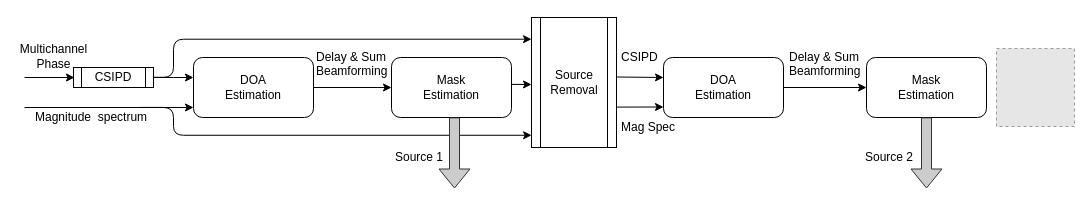
The draw.io diagram draw.io/Loop_estimation.drawio in sunits/Random, before the edit. Source tidied: cells renumbered, new cells numbered last; positions are measured from the earlier drawing's top-left corner, leaving out a move shared by most shapes. Both pictures are drawn from the tidied source at 100%, with x=0, y=0 at pixel (24, 17). Pictures stored in the file or linked from it are replaced by grey dashed boxes.
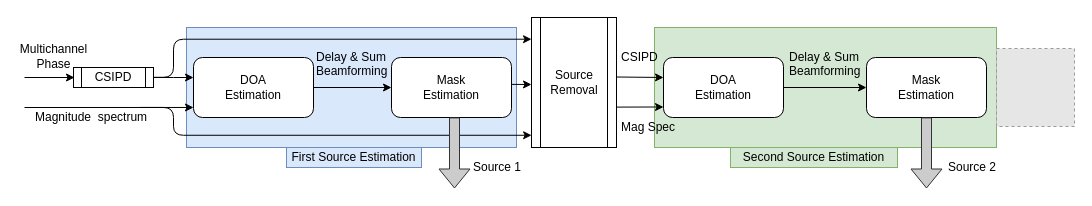
The same page after the edit.

Diff of the diagram source:
```diff
@@
+    <mxCell id="29" style="rounded=0;whiteSpace=wrap;html=1;fillColor=#d5e8d4;strokeColor=#82b366;" parent="1" vertex="1">
+      <mxGeometry x="630" y="10" width="342" height="120" as="geometry" />
+    </mxCell>
+    <mxCell id="30" style="rounded=0;whiteSpace=wrap;html=1;fillColor=#dae8fc;strokeColor=#6c8ebf;" parent="1" vertex="1">
+      <mxGeometry x="162" y="10" width="330" height="120" as="geometry" />
+    </mxCell>
@@
-    <mxCell id="26" value="&lt;div&gt;Source 1&lt;/div&gt;&lt;div&gt;&lt;br&gt;&lt;/div&gt;" style="text;html=1;align=left;verticalAlign=top;spacingTop=-4;" parent="1" vertex="1">
-      <mxGeometry x="369" y="130" width="60" height="30" as="geometry" />
+    <mxCell id="26" value="&lt;div&gt;Source 1&lt;/div&gt;" style="text;html=1;align=left;verticalAlign=top;spacingTop=-4;" parent="1" vertex="1">
+      <mxGeometry x="447" y="140" width="60" height="20" as="geometry" />
     </mxCell>
     <mxCell id="27" value="&lt;div&gt;Source 2&lt;br&gt;&lt;/div&gt;" style="text;html=1;align=left;verticalAlign=top;spacingTop=-4;" parent="1" vertex="1">
-      <mxGeometry x="839" y="130" width="60" height="20" as="geometry" />
+      <mxGeometry x="922" y="140" width="60" height="20" as="geometry" />
     </mxCell>
@@
+    <mxCell id="31" value="First Source Estimation" style="text;html=1;strokeColor=#6c8ebf;fillColor=#dae8fc;align=center;verticalAlign=middle;whiteSpace=wrap;rounded=0;" parent="1" vertex="1">
+      <mxGeometry x="262" y="130" width="135" height="20" as="geometry" />
+    </mxCell>
+    <mxCell id="32" value="Second Source Estimation" style="text;html=1;strokeColor=#82b366;fillColor=#d5e8d4;align=center;verticalAlign=middle;whiteSpace=wrap;rounded=0;" parent="1" vertex="1">
+      <mxGeometry x="706" y="130" width="167" height="20" as="geometry" />
+    </mxCell>
```
